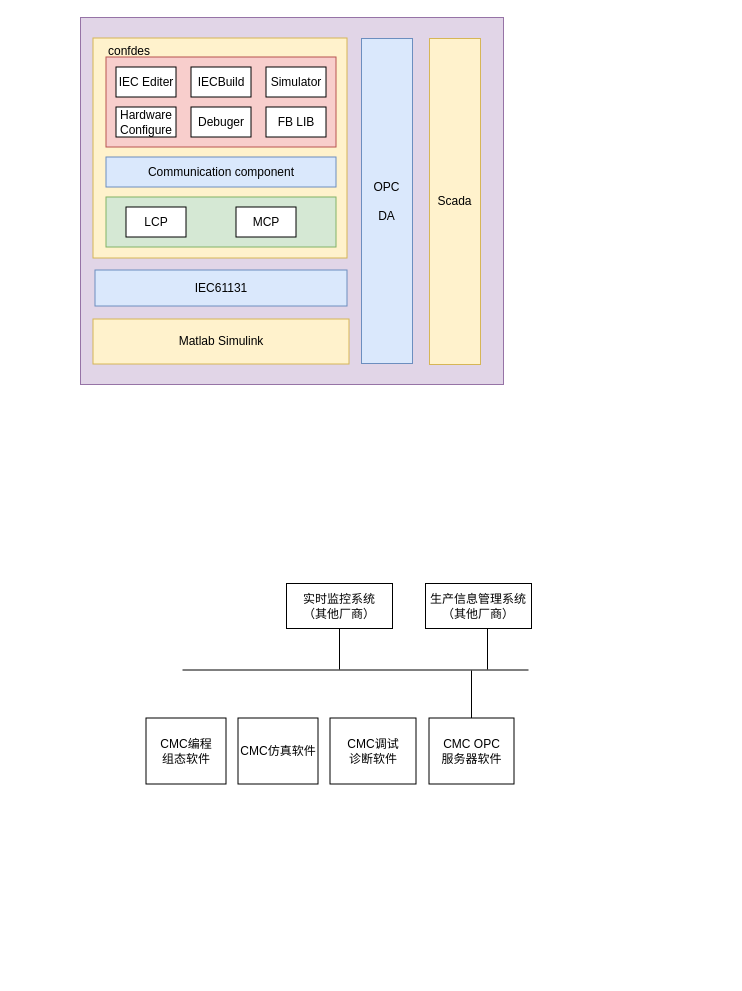
Before: CMC_SOFT_FRAME.drawio in nathanningbo/general_ztf, a draw.io diagram. Source tidied: cells renumbered, new cells numbered last; positions are measured from the earlier drawing's top-left corner, leaving out a move shared by most shapes. Both pictures are drawn from the tidied source at 100%, with x=0, y=0 at pixel (80, 17).
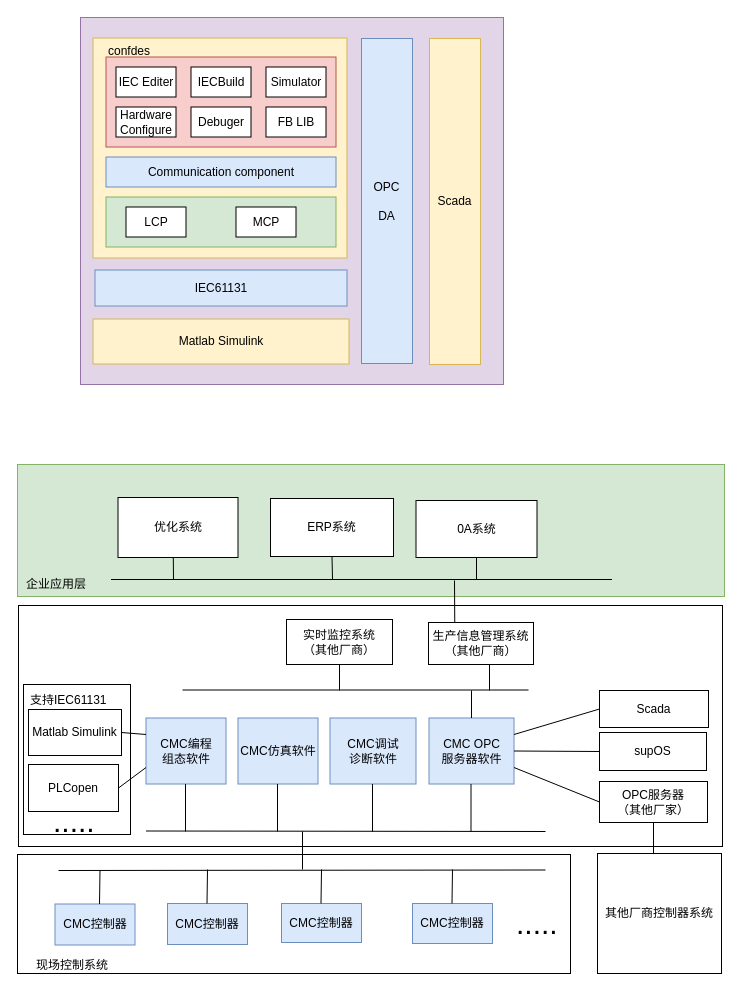
The same diagram, later.

What changed in the source:
```diff
@@
+    <mxCell id="30" style="rounded=0;whiteSpace=wrap;html=1;" parent="1" vertex="1">
+      <mxGeometry x="-62" y="588" width="704" height="241" as="geometry" />
+    </mxCell>
+    <mxCell id="31" style="rounded=0;whiteSpace=wrap;html=1;" parent="1" vertex="1">
+      <mxGeometry x="-57" y="667" width="107" height="150" as="geometry" />
+    </mxCell>
+    <mxCell id="32" style="rounded=0;whiteSpace=wrap;html=1;fillColor=#d5e8d4;strokeColor=#82b366;" parent="1" vertex="1">
+      <mxGeometry x="-63" y="447" width="707" height="132" as="geometry" />
+    </mxCell>
+    <mxCell id="33" style="rounded=0;whiteSpace=wrap;html=1;" parent="1" vertex="1">
+      <mxGeometry x="-63" y="837" width="553" height="119" as="geometry" />
+    </mxCell>
@@
-    <mxCell id="20" value="&lt;div&gt;CMC编程&lt;/div&gt;&lt;div&gt;组态软件&lt;/div&gt;" style="rounded=0;whiteSpace=wrap;html=1;" parent="1" vertex="1">
+    <mxCell id="20" value="&lt;div&gt;CMC编程&lt;/div&gt;&lt;div&gt;组态软件&lt;/div&gt;" style="rounded=0;whiteSpace=wrap;html=1;fillColor=#dae8fc;strokeColor=#6c8ebf;" parent="1" vertex="1">
       <mxGeometry x="65.5" y="700.5" width="80" height="66" as="geometry" />
     </mxCell>
-    <mxCell id="21" value="CMC仿真软件" style="rounded=0;whiteSpace=wrap;html=1;" parent="1" vertex="1">
+    <mxCell id="21" value="CMC仿真软件" style="rounded=0;whiteSpace=wrap;html=1;fillColor=#dae8fc;strokeColor=#6c8ebf;" parent="1" vertex="1">
       <mxGeometry x="157.5" y="700.5" width="80" height="66" as="geometry" />
     </mxCell>
-    <mxCell id="22" value="&lt;div&gt;CMC OPC&lt;/div&gt;&lt;div&gt;服务器软件&lt;br&gt;&lt;/div&gt;" style="rounded=0;whiteSpace=wrap;html=1;" parent="1" vertex="1">
+    <mxCell id="22" value="&lt;div&gt;CMC OPC&lt;/div&gt;&lt;div&gt;服务器软件&lt;br&gt;&lt;/div&gt;" style="rounded=0;whiteSpace=wrap;html=1;fillColor=#dae8fc;strokeColor=#6c8ebf;" parent="1" vertex="1">
       <mxGeometry x="348.5" y="700.5" width="85" height="66" as="geometry" />
     </mxCell>
-    <mxCell id="23" value="&lt;div&gt;CMC调试&lt;/div&gt;&lt;div&gt;诊断软件&lt;/div&gt;" style="rounded=0;whiteSpace=wrap;html=1;" parent="1" vertex="1">
+    <mxCell id="23" value="&lt;div&gt;CMC调试&lt;/div&gt;&lt;div&gt;诊断软件&lt;/div&gt;" style="rounded=0;whiteSpace=wrap;html=1;fillColor=#dae8fc;strokeColor=#6c8ebf;" parent="1" vertex="1">
       <mxGeometry x="249.5" y="700.5" width="86" height="66" as="geometry" />
     </mxCell>
     <mxCell id="24" style="endArrow=none;html=1;" parent="1" edge="1">
       <mxGeometry relative="1" as="geometry">
-        <mxPoint x="102" y="652.5" as="sourcePoint" />
-        <mxPoint x="448" y="652.5" as="targetPoint" />
+        <mxPoint x="102" y="672.5" as="sourcePoint" />
+        <mxPoint x="448" y="672.5" as="targetPoint" />
       </mxGeometry>
     </mxCell>
     <mxCell id="25" style="endArrow=none;html=1;exitX=0.5;exitY=0;exitDx=0;exitDy=0;" parent="1" edge="1" source="22">
       <mxGeometry relative="1" as="geometry">
-        <mxPoint x="391" y="653" as="targetPoint" />
+        <mxPoint x="391" y="673" as="targetPoint" />
       </mxGeometry>
     </mxCell>
     <mxCell id="26" value="&lt;div&gt;生产信息管理系统&lt;/div&gt;（其他厂商）" style="rounded=0;whiteSpace=wrap;html=1;" parent="1" vertex="1">
-      <mxGeometry x="345" y="566" width="106" height="45" as="geometry" />
+      <mxGeometry x="348" y="605" width="105" height="42" as="geometry" />
     </mxCell>
     <mxCell id="27" value="&lt;div&gt;实时监控系统&lt;/div&gt;&lt;div&gt;（其他厂商）&lt;br&gt;&lt;/div&gt;" style="rounded=0;whiteSpace=wrap;html=1;" parent="1" vertex="1">
-      <mxGeometry x="206" y="566" width="106" height="45" as="geometry" />
+      <mxGeometry x="206" y="602" width="106" height="45" as="geometry" />
     </mxCell>
     <mxCell id="28" style="endArrow=none;html=1;entryX=0.5;entryY=1;entryDx=0;entryDy=0;" parent="1" edge="1" target="27">
       <mxGeometry relative="1" as="geometry">
-        <mxPoint x="259" y="652" as="sourcePoint" />
+        <mxPoint x="259" y="673" as="sourcePoint" />
       </mxGeometry>
     </mxCell>
     <mxCell id="29" style="endArrow=none;html=1;entryX=0.5;entryY=1;entryDx=0;entryDy=0;" parent="1" edge="1">
       <mxGeometry relative="1" as="geometry">
-        <mxPoint x="407" y="652" as="sourcePoint" />
-        <mxPoint x="407" y="611" as="targetPoint" />
+        <mxPoint x="409" y="673" as="sourcePoint" />
+        <mxPoint x="409" y="647" as="targetPoint" />
       </mxGeometry>
     </mxCell>
+    <mxCell id="34" value="Scada" style="rounded=0;whiteSpace=wrap;html=1;" parent="1" vertex="1">
+      <mxGeometry x="519" y="673" width="109" height="37" as="geometry" />
+    </mxCell>
+    <mxCell id="35" style="endArrow=none;html=1;" parent="1" edge="1">
+      <mxGeometry relative="1" as="geometry">
+        <mxPoint x="65.5" y="813.5" as="sourcePoint" />
+        <mxPoint x="465" y="814" as="targetPoint" />
+      </mxGeometry>
+    </mxCell>
+    <mxCell id="36" style="endArrow=none;html=1;exitX=0.5;exitY=0;exitDx=0;exitDy=0;" parent="1" edge="1">
+      <mxGeometry relative="1" as="geometry">
+        <mxPoint x="105" y="814" as="sourcePoint" />
+        <mxPoint x="105" y="766.5" as="targetPoint" />
+      </mxGeometry>
+    </mxCell>
+    <mxCell id="37" style="endArrow=none;html=1;exitX=0.5;exitY=0;exitDx=0;exitDy=0;" parent="1" edge="1">
+      <mxGeometry relative="1" as="geometry">
+        <mxPoint x="197" y="814" as="sourcePoint" />
+        <mxPoint x="197" y="766.5" as="targetPoint" />
+      </mxGeometry>
+    </mxCell>
+    <mxCell id="38" style="endArrow=none;html=1;exitX=0.5;exitY=0;exitDx=0;exitDy=0;" parent="1" edge="1">
+      <mxGeometry relative="1" as="geometry">
+        <mxPoint x="292" y="814" as="sourcePoint" />
+        <mxPoint x="292" y="766.5" as="targetPoint" />
+      </mxGeometry>
+    </mxCell>
+    <mxCell id="39" style="endArrow=none;html=1;exitX=0.5;exitY=0;exitDx=0;exitDy=0;" parent="1" edge="1">
+      <mxGeometry relative="1" as="geometry">
+        <mxPoint x="390.5" y="814" as="sourcePoint" />
+        <mxPoint x="390.5" y="766.5" as="targetPoint" />
+      </mxGeometry>
+    </mxCell>
+    <mxCell id="40" style="endArrow=none;html=1;exitX=0;exitY=0.5;exitDx=0;exitDy=0;entryX=1;entryY=0.25;entryDx=0;entryDy=0;" parent="1" edge="1" source="34" target="22">
+      <mxGeometry relative="1" as="geometry" />
+    </mxCell>
+    <mxCell id="41" value="supOS" style="rounded=0;whiteSpace=wrap;html=1;" parent="1" vertex="1">
+      <mxGeometry x="519" y="715" width="107" height="38" as="geometry" />
+    </mxCell>
+    <mxCell id="42" style="endArrow=none;html=1;exitX=0;exitY=0.5;exitDx=0;exitDy=0;entryX=1;entryY=0.5;entryDx=0;entryDy=0;" parent="1" edge="1" source="41" target="22">
+      <mxGeometry relative="1" as="geometry" />
+    </mxCell>
+    <mxCell id="43" value="CMC控制器" style="rounded=0;whiteSpace=wrap;html=1;fillColor=#dae8fc;strokeColor=#6c8ebf;" parent="1" vertex="1">
+      <mxGeometry x="87" y="886" width="80" height="41" as="geometry" />
+    </mxCell>
+    <mxCell id="44" value="CMC控制器" style="rounded=0;whiteSpace=wrap;html=1;fillColor=#dae8fc;strokeColor=#6c8ebf;" parent="1" vertex="1">
+      <mxGeometry x="201" y="886" width="80" height="39" as="geometry" />
+    </mxCell>
+    <mxCell id="45" value="CMC控制器" style="rounded=0;whiteSpace=wrap;html=1;fillColor=#dae8fc;strokeColor=#6c8ebf;" parent="1" vertex="1">
+      <mxGeometry x="332" y="886" width="80" height="40" as="geometry" />
+    </mxCell>
+    <mxCell id="46" style="endArrow=none;html=1;" parent="1" edge="1">
+      <mxGeometry relative="1" as="geometry">
+        <mxPoint x="-22" y="853" as="sourcePoint" />
+        <mxPoint x="465" y="852.5" as="targetPoint" />
+      </mxGeometry>
+    </mxCell>
+    <mxCell id="47" style="endArrow=none;html=1;exitX=0.5;exitY=0;exitDx=0;exitDy=0;" parent="1" edge="1">
+      <mxGeometry relative="1" as="geometry">
+        <mxPoint x="126.5" y="886" as="sourcePoint" />
+        <mxPoint x="127" y="852" as="targetPoint" />
+      </mxGeometry>
+    </mxCell>
+    <mxCell id="48" style="endArrow=none;html=1;exitX=0.5;exitY=0;exitDx=0;exitDy=0;" parent="1" edge="1">
+      <mxGeometry relative="1" as="geometry">
+        <mxPoint x="240.5" y="886" as="sourcePoint" />
+        <mxPoint x="241" y="852" as="targetPoint" />
+      </mxGeometry>
+    </mxCell>
+    <mxCell id="49" style="endArrow=none;html=1;exitX=0.5;exitY=0;exitDx=0;exitDy=0;" parent="1" edge="1">
+      <mxGeometry relative="1" as="geometry">
+        <mxPoint x="371.5" y="886" as="sourcePoint" />
+        <mxPoint x="372" y="852" as="targetPoint" />
+      </mxGeometry>
+    </mxCell>
+    <mxCell id="50" value="&lt;font style=&quot;font-size: 30px&quot;&gt;.....&lt;/font&gt;" style="text;html=1;align=left;verticalAlign=top;spacingTop=-4;" parent="1" vertex="1">
+      <mxGeometry x="433.5" y="886" width="52" height="21" as="geometry" />
+    </mxCell>
+    <mxCell id="51" value="现场控制系统" style="text;html=1;align=left;verticalAlign=top;spacingTop=-4;" parent="1" vertex="1">
+      <mxGeometry x="-46.5" y="938" width="82" height="14" as="geometry" />
+    </mxCell>
+    <mxCell id="52" style="endArrow=none;html=1;" parent="1" edge="1">
+      <mxGeometry relative="1" as="geometry">
+        <mxPoint x="222" y="852" as="sourcePoint" />
+        <mxPoint x="222" y="814" as="targetPoint" />
+      </mxGeometry>
+    </mxCell>
+    <mxCell id="53" value="OPC服务器&lt;br&gt;（其他厂家）" style="rounded=0;whiteSpace=wrap;html=1;" parent="1" vertex="1">
+      <mxGeometry x="519" y="764" width="108" height="41" as="geometry" />
+    </mxCell>
+    <mxCell id="54" style="endArrow=none;html=1;exitX=0;exitY=0.5;exitDx=0;exitDy=0;entryX=1;entryY=0.75;entryDx=0;entryDy=0;" parent="1" edge="1" source="53" target="22">
+      <mxGeometry relative="1" as="geometry" />
+    </mxCell>
+    <mxCell id="55" value="其他厂商控制器系统" style="rounded=0;whiteSpace=wrap;html=1;" parent="1" vertex="1">
+      <mxGeometry x="517" y="836" width="124" height="120" as="geometry" />
+    </mxCell>
+    <mxCell id="56" style="endArrow=none;html=1;entryX=0.5;entryY=1;entryDx=0;entryDy=0;" parent="1" edge="1" target="53">
+      <mxGeometry relative="1" as="geometry">
+        <mxPoint x="573" y="836" as="sourcePoint" />
+      </mxGeometry>
+    </mxCell>
+    <mxCell id="57" value="Matlab Simulink" style="rounded=0;whiteSpace=wrap;html=1;" parent="1" vertex="1">
+      <mxGeometry x="-52" y="692" width="93" height="46" as="geometry" />
+    </mxCell>
+    <mxCell id="58" value="PLCopen" style="rounded=0;whiteSpace=wrap;html=1;" parent="1" vertex="1">
+      <mxGeometry x="-52" y="747" width="90" height="47" as="geometry" />
+    </mxCell>
+    <mxCell id="59" value="CMC控制器" style="rounded=0;whiteSpace=wrap;html=1;fillColor=#dae8fc;strokeColor=#6c8ebf;" parent="1" vertex="1">
+      <mxGeometry x="-25.5" y="886.5" width="80" height="41" as="geometry" />
+    </mxCell>
+    <mxCell id="60" style="endArrow=none;html=1;exitX=0.5;exitY=0;exitDx=0;exitDy=0;" parent="1" edge="1">
+      <mxGeometry relative="1" as="geometry">
+        <mxPoint x="19" y="886.5" as="sourcePoint" />
+        <mxPoint x="19.5" y="852.5" as="targetPoint" />
+      </mxGeometry>
+    </mxCell>
+    <mxCell id="61" style="endArrow=none;html=1;entryX=0;entryY=0.25;entryDx=0;entryDy=0;exitX=1;exitY=0.5;exitDx=0;exitDy=0;" parent="1" edge="1" source="57" target="20">
+      <mxGeometry relative="1" as="geometry" />
+    </mxCell>
+    <mxCell id="62" style="endArrow=none;html=1;entryX=0;entryY=0.75;entryDx=0;entryDy=0;exitX=1;exitY=0.5;exitDx=0;exitDy=0;" parent="1" edge="1" source="58" target="20">
+      <mxGeometry relative="1" as="geometry" />
+    </mxCell>
+    <mxCell id="63" value="&lt;font style=&quot;font-size: 30px&quot;&gt;.....&lt;/font&gt;" style="text;html=1;align=left;verticalAlign=top;spacingTop=-4;" parent="1" vertex="1">
+      <mxGeometry x="-29.5" y="783.5" width="52" height="21" as="geometry" />
+    </mxCell>
+    <mxCell id="64" value="0A系统" style="rounded=0;whiteSpace=wrap;html=1;" parent="1" vertex="1">
+      <mxGeometry x="335.5" y="483" width="121" height="57" as="geometry" />
+    </mxCell>
+    <mxCell id="65" value="ERP系统" style="rounded=0;whiteSpace=wrap;html=1;" parent="1" vertex="1">
+      <mxGeometry x="190" y="481" width="123" height="58" as="geometry" />
+    </mxCell>
+    <mxCell id="66" value="优化系统" style="rounded=0;whiteSpace=wrap;html=1;" parent="1" vertex="1">
+      <mxGeometry x="37.5" y="480" width="120" height="60" as="geometry" />
+    </mxCell>
+    <mxCell id="67" style="endArrow=none;html=1;entryX=0.5;entryY=1;entryDx=0;entryDy=0;" parent="1" edge="1" target="65">
+      <mxGeometry relative="1" as="geometry">
+        <mxPoint x="252" y="562" as="sourcePoint" />
+      </mxGeometry>
+    </mxCell>
+    <mxCell id="68" style="endArrow=none;html=1;" parent="1" edge="1">
+      <mxGeometry relative="1" as="geometry">
+        <mxPoint x="30.5" y="562" as="sourcePoint" />
+        <mxPoint x="531.5" y="562" as="targetPoint" />
+      </mxGeometry>
+    </mxCell>
+    <mxCell id="69" style="endArrow=none;html=1;" parent="1" edge="1" target="64">
+      <mxGeometry relative="1" as="geometry">
+        <mxPoint x="396" y="562" as="sourcePoint" />
+      </mxGeometry>
+    </mxCell>
+    <mxCell id="70" style="endArrow=none;html=1;" parent="1" edge="1">
+      <mxGeometry relative="1" as="geometry">
+        <mxPoint x="93" y="562" as="sourcePoint" />
+        <mxPoint x="92.8" y="540" as="targetPoint" />
+      </mxGeometry>
+    </mxCell>
+    <mxCell id="71" style="endArrow=none;html=1;entryX=0.25;entryY=0;entryDx=0;entryDy=0;" parent="1" edge="1" target="26">
+      <mxGeometry relative="1" as="geometry">
+        <mxPoint x="374" y="563" as="sourcePoint" />
+      </mxGeometry>
+    </mxCell>
+    <mxCell id="72" value="企业应用层" style="text;html=1;align=left;verticalAlign=top;spacingTop=-4;" parent="1" vertex="1">
+      <mxGeometry x="-56.5" y="557" width="70" height="14" as="geometry" />
+    </mxCell>
+    <mxCell id="73" value="支持IEC61131" style="text;html=1;align=left;verticalAlign=top;spacingTop=-4;" parent="1" vertex="1">
+      <mxGeometry x="-52" y="673" width="88" height="14" as="geometry" />
+    </mxCell>
```
